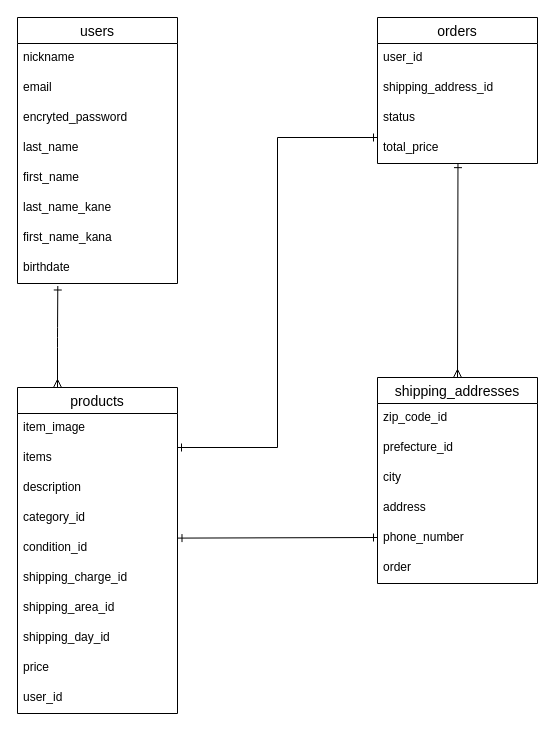
The draw.io diagram furima_42053.dio in Haru-1210/furima-42053, before the edit. Source tidied: cells renumbered, new cells numbered last; positions are measured from the earlier drawing's top-left corner, leaving out a move shared by most shapes. Both pictures are drawn from the tidied source at 100%, with x=0, y=0 at pixel (17, 17).
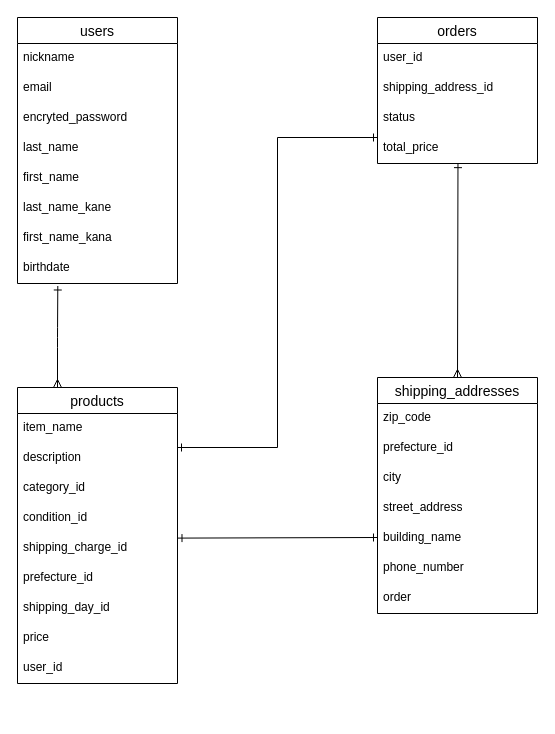
The same page after the edit.

Commit message (it also covers changes not shown here):
20250526_Mod:DB設計2

The edit, as a diff of the source:
```diff
@@
     <mxCell id="11" value="products" style="swimlane;fontStyle=0;horizontal=1;startSize=26;align=center;fontSize=14;" parent="1" vertex="1">
-      <mxGeometry y="370" width="160" height="326" as="geometry" />
+      <mxGeometry y="370" width="160" height="296" as="geometry" />
     </mxCell>
-    <mxCell id="12" value="item_image" style="text;strokeColor=none;fillColor=none;spacingLeft=4;spacingRight=4;overflow=hidden;fontSize=12;whiteSpace=wrap;html=1;" parent="11" vertex="1">
-      <mxGeometry y="26" width="160" height="30" as="geometry" />
-    </mxCell>
-    <mxCell id="13" value="items" style="text;strokeColor=none;fillColor=none;spacingLeft=4;spacingRight=4;overflow=hidden;fontSize=12;whiteSpace=wrap;html=1;" parent="11" vertex="1">
-      <mxGeometry y="56" width="160" height="30" as="geometry" />
+    <mxCell id="13" value="item_name" style="text;strokeColor=none;fillColor=none;spacingLeft=4;spacingRight=4;overflow=hidden;fontSize=12;whiteSpace=wrap;html=1;" parent="11" vertex="1">
+      <mxGeometry y="26" width="160" height="30" as="geometry" />
     </mxCell>
     <mxCell id="14" value="description" style="text;strokeColor=none;fillColor=none;spacingLeft=4;spacingRight=4;overflow=hidden;fontSize=12;whiteSpace=wrap;html=1;" parent="11" vertex="1">
-      <mxGeometry y="86" width="160" height="30" as="geometry" />
+      <mxGeometry y="56" width="160" height="30" as="geometry" />
     </mxCell>
     <mxCell id="15" value="category_id" style="text;strokeColor=none;fillColor=none;spacingLeft=4;spacingRight=4;overflow=hidden;fontSize=12;whiteSpace=wrap;html=1;" parent="11" vertex="1">
-      <mxGeometry y="116" width="160" height="30" as="geometry" />
+      <mxGeometry y="86" width="160" height="30" as="geometry" />
     </mxCell>
     <mxCell id="16" value="condition_id" style="text;strokeColor=none;fillColor=none;spacingLeft=4;spacingRight=4;overflow=hidden;fontSize=12;whiteSpace=wrap;html=1;" parent="11" vertex="1">
-      <mxGeometry y="146" width="160" height="30" as="geometry" />
+      <mxGeometry y="116" width="160" height="30" as="geometry" />
     </mxCell>
     <mxCell id="17" value="shipping_charge_id" style="text;strokeColor=none;fillColor=none;spacingLeft=4;spacingRight=4;overflow=hidden;fontSize=12;whiteSpace=wrap;html=1;" parent="11" vertex="1">
-      <mxGeometry y="176" width="160" height="30" as="geometry" />
+      <mxGeometry y="146" width="160" height="30" as="geometry" />
     </mxCell>
-    <mxCell id="18" value="shipping_area_id" style="text;strokeColor=none;fillColor=none;spacingLeft=4;spacingRight=4;overflow=hidden;fontSize=12;whiteSpace=wrap;html=1;" parent="11" vertex="1">
-      <mxGeometry y="206" width="160" height="30" as="geometry" />
+    <mxCell id="18" value="prefecture_id" style="text;strokeColor=none;fillColor=none;spacingLeft=4;spacingRight=4;overflow=hidden;fontSize=12;whiteSpace=wrap;html=1;" parent="11" vertex="1">
+      <mxGeometry y="176" width="160" height="30" as="geometry" />
     </mxCell>
     <mxCell id="19" value="shipping_day_id" style="text;strokeColor=none;fillColor=none;spacingLeft=4;spacingRight=4;overflow=hidden;fontSize=12;whiteSpace=wrap;html=1;" parent="11" vertex="1">
-      <mxGeometry y="236" width="160" height="30" as="geometry" />
+      <mxGeometry y="206" width="160" height="30" as="geometry" />
     </mxCell>
     <mxCell id="20" value="price" style="text;strokeColor=none;fillColor=none;spacingLeft=4;spacingRight=4;overflow=hidden;fontSize=12;whiteSpace=wrap;html=1;" parent="11" vertex="1">
-      <mxGeometry y="266" width="160" height="30" as="geometry" />
+      <mxGeometry y="236" width="160" height="30" as="geometry" />
     </mxCell>
     <mxCell id="21" value="user_id" style="text;strokeColor=none;fillColor=none;spacingLeft=4;spacingRight=4;overflow=hidden;fontSize=12;whiteSpace=wrap;html=1;" parent="11" vertex="1">
-      <mxGeometry y="296" width="160" height="30" as="geometry" />
+      <mxGeometry y="266" width="160" height="30" as="geometry" />
     </mxCell>
@@
     <mxCell id="27" value="shipping_addresses" style="swimlane;fontStyle=0;horizontal=1;startSize=26;align=center;fontSize=14;" parent="1" vertex="1">
-      <mxGeometry x="360" y="360" width="160" height="206" as="geometry" />
+      <mxGeometry x="360" y="360" width="160" height="236" as="geometry" />
     </mxCell>
-    <mxCell id="28" value="zip_code_id" style="text;strokeColor=none;fillColor=none;spacingLeft=4;spacingRight=4;overflow=hidden;fontSize=12;whiteSpace=wrap;html=1;" parent="27" vertex="1">
+    <mxCell id="28" value="zip_code" style="text;strokeColor=none;fillColor=none;spacingLeft=4;spacingRight=4;overflow=hidden;fontSize=12;whiteSpace=wrap;html=1;" parent="27" vertex="1">
       <mxGeometry y="26" width="160" height="30" as="geometry" />
     </mxCell>
@@
-    <mxCell id="31" value="address" style="text;strokeColor=none;fillColor=none;spacingLeft=4;spacingRight=4;overflow=hidden;fontSize=12;whiteSpace=wrap;html=1;" parent="27" vertex="1">
+    <mxCell id="31" value="street_address" style="text;strokeColor=none;fillColor=none;spacingLeft=4;spacingRight=4;overflow=hidden;fontSize=12;whiteSpace=wrap;html=1;" parent="27" vertex="1">
       <mxGeometry y="116" width="160" height="30" as="geometry" />
     </mxCell>
+    <mxCell id="38" value="building_name" style="text;strokeColor=none;fillColor=none;spacingLeft=4;spacingRight=4;overflow=hidden;fontSize=12;whiteSpace=wrap;html=1;" parent="27" vertex="1">
+      <mxGeometry y="146" width="160" height="30" as="geometry" />
+    </mxCell>
     <mxCell id="32" value="phone_number" style="text;strokeColor=none;fillColor=none;spacingLeft=4;spacingRight=4;overflow=hidden;fontSize=12;whiteSpace=wrap;html=1;" parent="27" vertex="1">
-      <mxGeometry y="146" width="160" height="30" as="geometry" />
+      <mxGeometry y="176" width="160" height="30" as="geometry" />
     </mxCell>
     <mxCell id="33" value="order" style="text;strokeColor=none;fillColor=none;spacingLeft=4;spacingRight=4;overflow=hidden;fontSize=12;whiteSpace=wrap;html=1;" parent="27" vertex="1">
-      <mxGeometry y="176" width="160" height="30" as="geometry" />
+      <mxGeometry y="206" width="160" height="30" as="geometry" />
     </mxCell>
```
